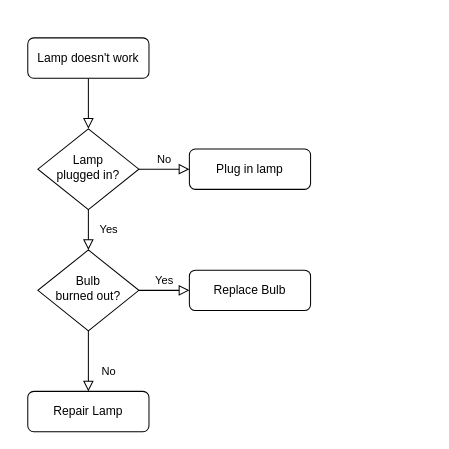
Earlier version of the draw.io diagram 未命名绘图.drawio (TaciturnMute/Psyduck). Source tidied: cells renumbered, new cells numbered last; positions are measured from the earlier drawing's top-left corner, leaving out a move shared by most shapes. Both pictures are drawn from the tidied source at 101%, with x=0, y=0 at pixel (27, 37).
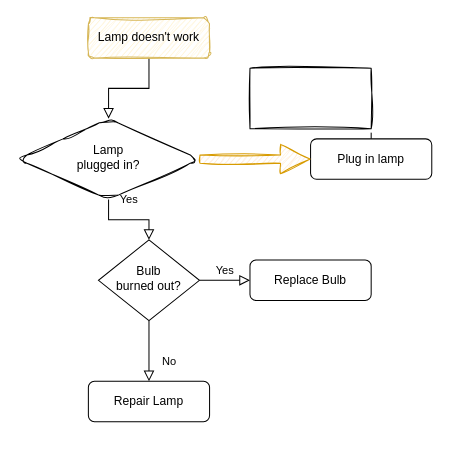
After the change.

Commit message:
更新未命名绘图.drawio

Diff of the diagram source:
```diff
@@
 <mxGraphModel>
   <root>
     <mxCell id="0" />
     <mxCell id="1" parent="0" />
     <mxCell id="2" style="rounded=0;html=1;jettySize=auto;fontSize=11;endArrow=block;endFill=0;endSize=8;strokeWidth=1;shadow=0;labelBackgroundColor=none;edgeStyle=orthogonalEdgeStyle;" parent="1" edge="1" source="3" target="6">
       <mxGeometry relative="1" as="geometry" />
     </mxCell>
-    <mxCell id="3" value="Lamp doesn't work" style="rounded=1;whiteSpace=wrap;html=1;fontSize=12;glass=0;strokeWidth=1;shadow=0;" parent="1" vertex="1">
-      <mxGeometry width="120" height="40" as="geometry" />
+    <mxCell id="3" value="Lamp doesn't work" style="rounded=1;whiteSpace=wrap;html=1;fontSize=12;glass=0;strokeWidth=1;shadow=0;fillColor=#fff2cc;strokeColor=#d6b656;align=center;fillStyle=auto;sketch=1;curveFitting=1;jiggle=2;" parent="1" vertex="1">
+      <mxGeometry x="60" y="-20" width="120" height="40" as="geometry" />
     </mxCell>
     <mxCell id="4" value="Yes" style="rounded=0;html=1;jettySize=auto;fontSize=11;endArrow=block;endFill=0;endSize=8;strokeWidth=1;shadow=0;labelBackgroundColor=none;edgeStyle=orthogonalEdgeStyle;" parent="1" edge="1" source="6" target="10">
       <mxGeometry y="20" relative="1" as="geometry" />
     </mxCell>
-    <mxCell id="5" value="No" style="edgeStyle=orthogonalEdgeStyle;rounded=0;html=1;jettySize=auto;fontSize=11;endArrow=block;endFill=0;endSize=8;strokeWidth=1;shadow=0;labelBackgroundColor=none;" parent="1" edge="1" source="6" target="7">
-      <mxGeometry y="10" relative="1" as="geometry" />
-    </mxCell>
-    <mxCell id="6" value="Lamp&lt;br&gt;plugged in?" style="rhombus;whiteSpace=wrap;html=1;shadow=0;fontFamily=Helvetica;fontSize=12;align=center;strokeWidth=1;spacing=6;spacingTop=-4;" parent="1" vertex="1">
-      <mxGeometry x="10" y="90" width="100" height="80" as="geometry" />
+    <mxCell id="6" value="Lamp&lt;br&gt;plugged in?" style="rhombus;whiteSpace=wrap;html=1;shadow=0;fontFamily=Helvetica;fontSize=12;align=center;strokeWidth=1;spacing=6;spacingTop=-4;rounded=1;sketch=1;curveFitting=1;jiggle=2;" parent="1" vertex="1">
+      <mxGeometry x="-10" y="80" width="180" height="80" as="geometry" />
     </mxCell>
+    <mxCell id="13" style="edgeStyle=orthogonalEdgeStyle;rounded=0;jettySize=auto;html=1;fontFamily=Helvetica;fontSize=12;fontColor=default;" parent="1" edge="1" source="7" target="14">
+      <mxGeometry relative="1" as="geometry" />
+    </mxCell>
-    <mxCell id="7" value="Plug in lamp" style="rounded=1;whiteSpace=wrap;html=1;fontSize=12;glass=0;strokeWidth=1;shadow=0;" parent="1" vertex="1">
-      <mxGeometry x="160" y="110" width="120" height="40" as="geometry" />
+    <mxCell id="7" value="Plug in lamp" style="rounded=1;whiteSpace=wrap;html=1;fontSize=12;glass=0;strokeWidth=1;shadow=0;direction=west;" parent="1" vertex="1">
+      <mxGeometry x="280" y="100" width="120" height="40" as="geometry" />
     </mxCell>
     <mxCell id="8" value="No" style="rounded=0;html=1;jettySize=auto;fontSize=11;endArrow=block;endFill=0;endSize=8;strokeWidth=1;shadow=0;labelBackgroundColor=none;edgeStyle=orthogonalEdgeStyle;" parent="1" edge="1" source="10" target="11">
       <mxGeometry x="0.33" y="20" relative="1" as="geometry" />
     </mxCell>
     <mxCell id="9" value="Yes" style="edgeStyle=orthogonalEdgeStyle;rounded=0;html=1;jettySize=auto;fontSize=11;endArrow=block;endFill=0;endSize=8;strokeWidth=1;shadow=0;labelBackgroundColor=none;" parent="1" edge="1" source="10" target="12">
       <mxGeometry y="10" relative="1" as="geometry" />
     </mxCell>
     <mxCell id="10" value="Bulb&lt;br&gt;burned out?" style="rhombus;whiteSpace=wrap;html=1;shadow=0;fontFamily=Helvetica;fontSize=12;align=center;strokeWidth=1;spacing=6;spacingTop=-4;" parent="1" vertex="1">
-      <mxGeometry x="10" y="210" width="100" height="80" as="geometry" />
+      <mxGeometry x="70" y="200" width="100" height="80" as="geometry" />
     </mxCell>
     <mxCell id="11" value="Repair Lamp" style="rounded=1;whiteSpace=wrap;html=1;fontSize=12;glass=0;strokeWidth=1;shadow=0;" parent="1" vertex="1">
-      <mxGeometry y="350" width="120" height="40" as="geometry" />
+      <mxGeometry x="60" y="340" width="120" height="40" as="geometry" />
     </mxCell>
     <mxCell id="12" value="Replace Bulb" style="rounded=1;whiteSpace=wrap;html=1;fontSize=12;glass=0;strokeWidth=1;shadow=0;" parent="1" vertex="1">
-      <mxGeometry x="160" y="230" width="120" height="40" as="geometry" />
+      <mxGeometry x="220" y="220" width="120" height="40" as="geometry" />
     </mxCell>
+    <mxCell id="14" style="rounded=0;whiteSpace=wrap;html=1;shadow=0;sketch=1;jiggle=2;curveFitting=1;strokeColor=default;strokeWidth=1;align=center;verticalAlign=middle;spacingTop=-4;spacing=6;fontFamily=Helvetica;fontSize=12;fontColor=default;fillColor=default;" parent="1" vertex="1">
+      <mxGeometry x="220" y="30" width="120" height="60" as="geometry" />
+    </mxCell>
+    <mxCell id="5" style="endArrow=classic;html=1;rounded=1;fontFamily=Helvetica;fontSize=12;fontColor=default;entryX=1;entryY=0.5;entryDx=0;entryDy=0;shape=flexArrow;targetPerimeterSpacing=3;endSize=9.393749999999999;width=8.125;exitX=1;exitY=0.5;exitDx=0;exitDy=0;shadow=0;sketch=1;curveFitting=1;jiggle=2;fillColor=#ffe6cc;strokeColor=#d79b00;" parent="1" edge="1" source="6" target="7">
+      <mxGeometry relative="1" as="geometry" />
+    </mxCell>
   </root>
 </mxGraphModel>
```
